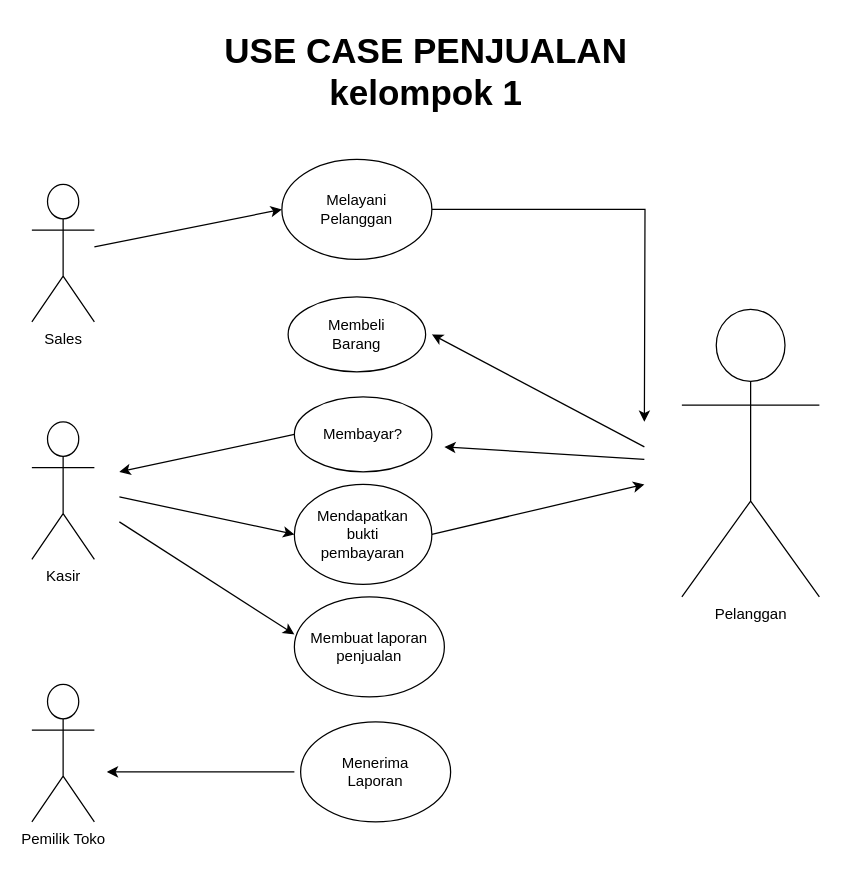
The draw.io diagram use-case penjualan online.drawio in Ardiansyah05/jobsheet1, before the edit. Source tidied: cells renumbered, new cells numbered last; positions are measured from the earlier drawing's top-left corner, leaving out a move shared by most shapes. Both pictures are drawn from the tidied source at 125%, with x=0, y=0 at pixel (31, 21).
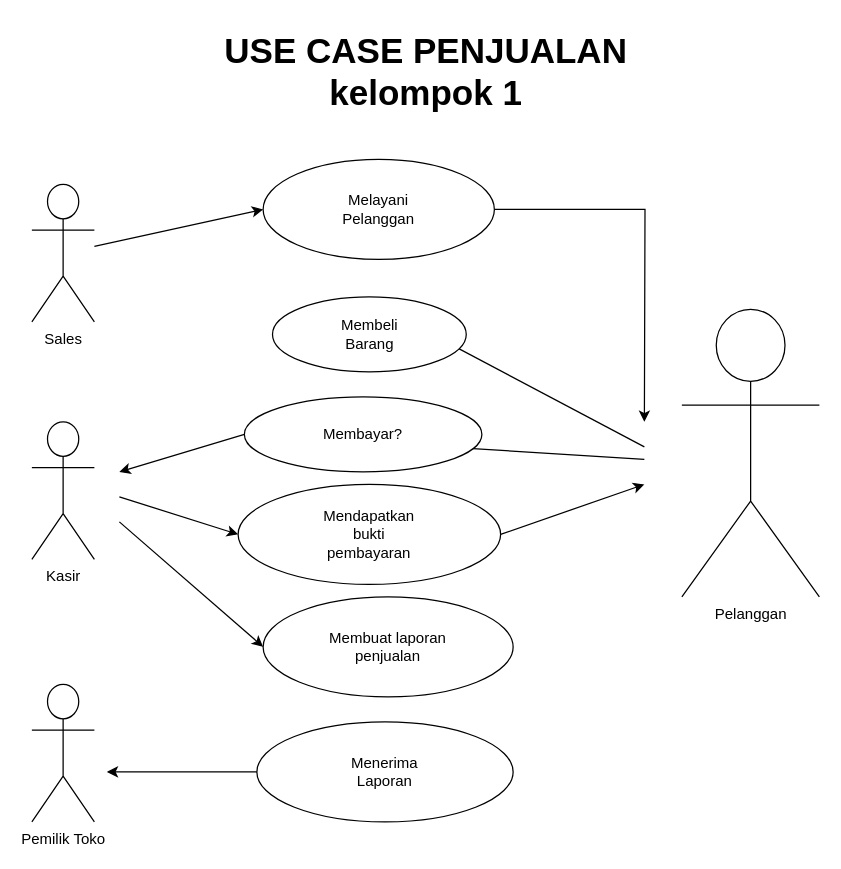
The same page after the edit.

What changed in the source:
```diff
@@
     <mxCell id="6" value="Melayani &lt;br&gt;Pelanggan" style="ellipse;whiteSpace=wrap;html=1;" parent="1" vertex="1">
-      <mxGeometry x="200" y="110" width="120" height="80" as="geometry" />
+      <mxGeometry x="185" y="110" width="185" height="80" as="geometry" />
     </mxCell>
@@
     <mxCell id="10" value="Membeli&lt;br&gt;Barang" style="ellipse;whiteSpace=wrap;html=1;" parent="1" vertex="1">
-      <mxGeometry x="205" y="220" width="110" height="60" as="geometry" />
+      <mxGeometry x="192.5" y="220" width="155" height="60" as="geometry" />
     </mxCell>
@@
     <mxCell id="12" value="Membayar?" style="ellipse;whiteSpace=wrap;html=1;" parent="1" vertex="1">
-      <mxGeometry x="210" y="300" width="110" height="60" as="geometry" />
+      <mxGeometry x="170" y="300" width="190" height="60" as="geometry" />
     </mxCell>
@@
     <mxCell id="15" value="Mendapatkan&lt;br&gt;bukti&lt;br&gt;pembayaran" style="ellipse;whiteSpace=wrap;html=1;" parent="1" vertex="1">
-      <mxGeometry x="210" y="370" width="110" height="80" as="geometry" />
+      <mxGeometry x="165" y="370" width="210" height="80" as="geometry" />
     </mxCell>
@@
-    <mxCell id="17" style="endArrow=classic;html=1;rounded=0;" parent="1" edge="1">
+    <mxCell id="17" style="endArrow=classic;html=1;rounded=0;entryX=0;entryY=0.5;entryDx=0;entryDy=0;" parent="1" edge="1" target="18">
       <mxGeometry relative="1" as="geometry">
         <mxPoint x="70" y="400" as="sourcePoint" />
-        <mxPoint x="210" y="490" as="targetPoint" />
       </mxGeometry>
     </mxCell>
     <mxCell id="18" value="Membuat laporan&lt;br&gt;penjualan" style="ellipse;whiteSpace=wrap;html=1;" parent="1" vertex="1">
-      <mxGeometry x="210" y="460" width="120" height="80" as="geometry" />
+      <mxGeometry x="185" y="460" width="200" height="80" as="geometry" />
     </mxCell>
@@
     <mxCell id="20" value="Menerima&lt;br&gt;Laporan" style="ellipse;whiteSpace=wrap;html=1;" parent="1" vertex="1">
-      <mxGeometry x="215" y="560" width="120" height="80" as="geometry" />
+      <mxGeometry x="180" y="560" width="205" height="80" as="geometry" />
     </mxCell>
```
